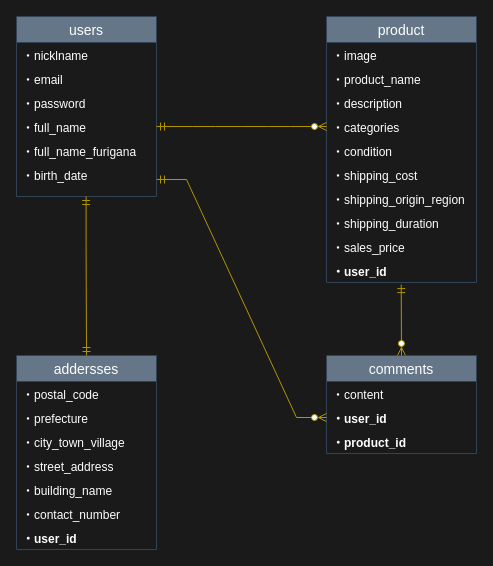
YuyaTokutake1223/furima-17217 keeps this draw.io diagram as FURIMA-17217.dio. Above is the earlier version. Source tidied: cells renumbered, new cells numbered last; positions are measured from the earlier drawing's top-left corner, leaving out a move shared by most shapes. Both pictures are drawn from the tidied source at 100%, with x=0, y=0 at pixel (16, 16).
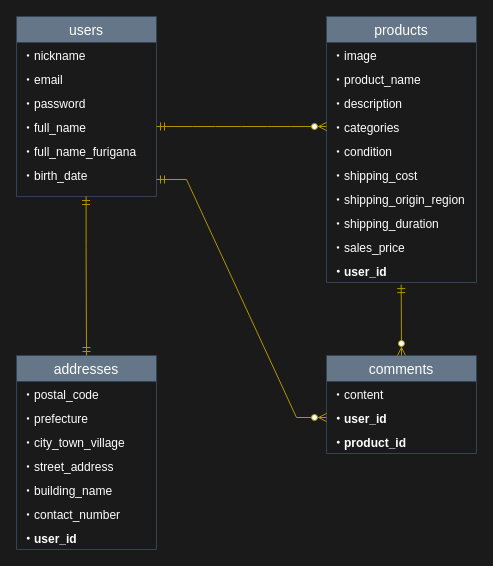
After the change.

Unchanged cells that the change refers to:
```xml
<mxCell id="2" value="users" style="swimlane;fontStyle=0;horizontal=1;startSize=26;align=center;fontSize=14;labelBackgroundColor=none;fillColor=#647687;strokeColor=#314354;fontColor=#ffffff;" parent="1" vertex="1">
  <mxGeometry width="140" height="180" as="geometry" />
</mxCell>
```

Diff of the diagram source:
```diff
@@
-    <mxCell id="3" value="・nicklname" style="text;strokeColor=none;fillColor=none;spacingLeft=4;spacingRight=4;overflow=hidden;fontSize=12;fontColor=#FFFFFF;" parent="2" vertex="1">
+    <mxCell id="3" value="・nickname" style="text;strokeColor=none;fillColor=none;spacingLeft=4;spacingRight=4;overflow=hidden;fontSize=12;fontColor=#FFFFFF;" parent="2" vertex="1">
       <mxGeometry y="26" width="140" height="24" as="geometry" />
     </mxCell>
@@
-    <mxCell id="9" value="product" style="swimlane;fontStyle=0;horizontal=1;startSize=26;align=center;fontSize=14;labelBackgroundColor=none;fontColor=#ffffff;fillColor=#647687;strokeColor=#314354;" parent="1" vertex="1">
+    <mxCell id="9" value="products" style="swimlane;fontStyle=0;horizontal=1;startSize=26;align=center;fontSize=14;labelBackgroundColor=none;fontColor=#ffffff;fillColor=#647687;strokeColor=#314354;" parent="1" vertex="1">
       <mxGeometry x="310" width="150" height="266" as="geometry" />
     </mxCell>
@@
-    <mxCell id="20" value="addersses" style="swimlane;fontStyle=0;horizontal=1;startSize=26;align=center;fontSize=14;fontColor=#ffffff;labelBackgroundColor=none;fillColor=#647687;strokeColor=#314354;" parent="1" vertex="1">
+    <mxCell id="20" value="addresses" style="swimlane;fontStyle=0;horizontal=1;startSize=26;align=center;fontSize=14;fontColor=#ffffff;labelBackgroundColor=none;fillColor=#647687;strokeColor=#314354;" parent="1" vertex="1">
       <mxGeometry y="339" width="140" height="194" as="geometry" />
     </mxCell>
```
